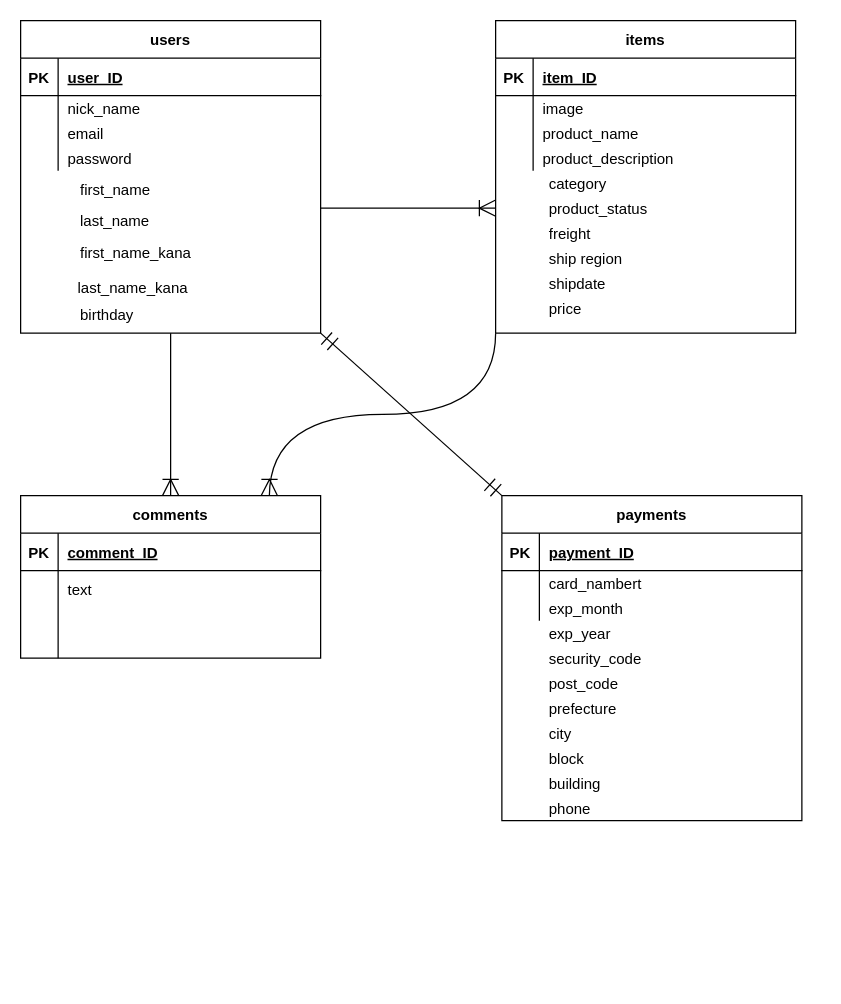
matsu006007/furima-33508 keeps this draw.io diagram as ER.dio. Above is the earlier version. Source tidied: cells renumbered, new cells numbered last; positions are measured from the earlier drawing's top-left corner, leaving out a move shared by most shapes. Both pictures are drawn from the tidied source at 125%, with x=0, y=0 at pixel (20, 20).
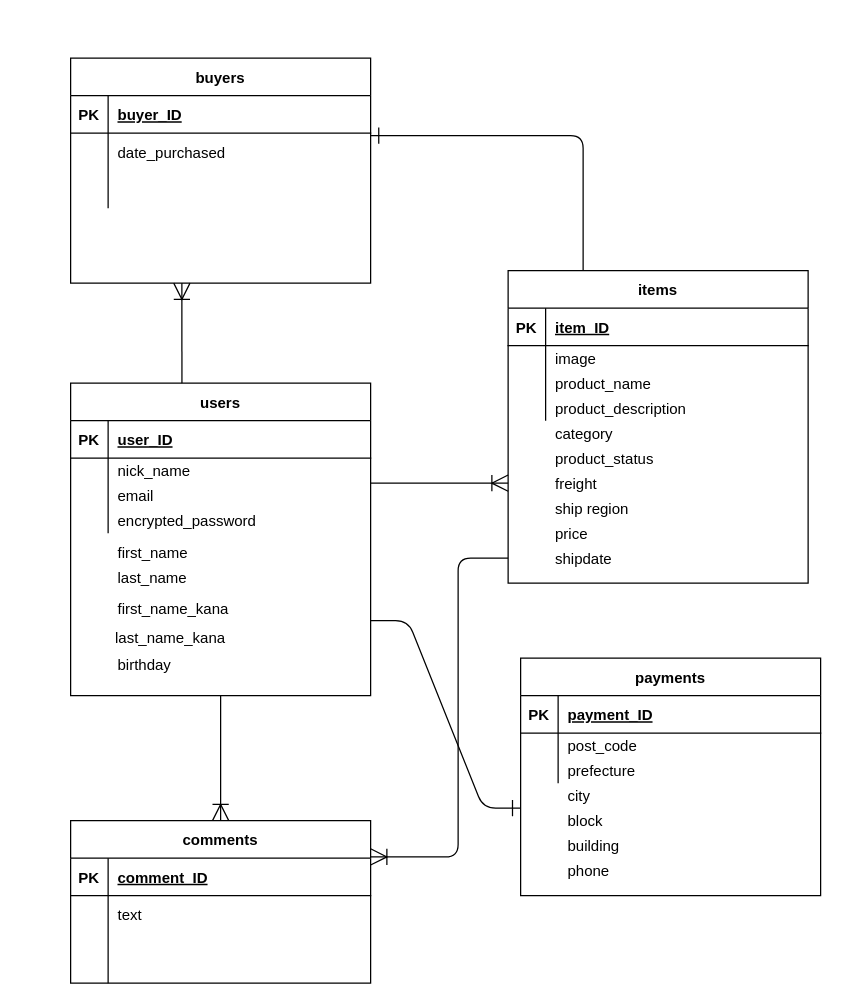
Above is the later version.

Unchanged cells that the change refers to:
```xml
<mxCell id="13" style="shape=partialRectangle;fillColor=none;top=0;left=0;bottom=0;right=0;" parent="3" vertex="1">
  <mxGeometry y="100" width="240" height="20" as="geometry" />
</mxCell>
```

The edit, as a diff of the source:
```diff
@@
     <mxCell id="2" value="last_name_kana" style="text;strokeColor=none;fillColor=none;spacingLeft=4;spacingRight=4;overflow=hidden;fontSize=12;" parent="1" vertex="1">
-      <mxGeometry x="40" y="200" width="160" height="30" as="geometry" />
+      <mxGeometry x="70" y="480" width="130" height="30" as="geometry" />
     </mxCell>
     <mxCell id="3" value="users" style="shape=table;startSize=30;childLayout=tableLayout;rowLines=0;fontStyle=1;align=center;" parent="1" vertex="1">
-      <mxGeometry width="240" height="250" as="geometry" />
+      <mxGeometry x="40" y="290" width="240" height="250" as="geometry" />
     </mxCell>
@@
-    <mxCell id="15" value="password" style="shape=partialRectangle;fillColor=none;top=0;left=0;bottom=0;right=0;align=left;spacingLeft=6;overflow=hidden;" parent="13" vertex="1">
+    <mxCell id="15" value="encrypted_password" style="shape=partialRectangle;fillColor=none;top=0;left=0;bottom=0;right=0;align=left;spacingLeft=6;overflow=hidden;" parent="13" vertex="1">
       <mxGeometry x="30" width="210" height="20" as="geometry" />
     </mxCell>
     <mxCell id="16" value="first_name" style="shape=partialRectangle;fillColor=none;top=0;left=0;bottom=0;right=0;align=left;spacingLeft=6;overflow=hidden;" parent="1" vertex="1">
-      <mxGeometry x="40" y="120" width="210" height="30" as="geometry" />
+      <mxGeometry x="70" y="410" width="210" height="30" as="geometry" />
     </mxCell>
     <mxCell id="17" value="last_name" style="shape=partialRectangle;fillColor=none;top=0;left=0;bottom=0;right=0;align=left;spacingLeft=6;overflow=hidden;" parent="1" vertex="1">
-      <mxGeometry x="40" y="120" width="210" height="80" as="geometry" />
+      <mxGeometry x="70" y="430" width="210" height="30" as="geometry" />
     </mxCell>
     <mxCell id="18" value="birthday" style="shape=partialRectangle;fillColor=none;top=0;left=0;bottom=0;right=0;align=left;spacingLeft=6;overflow=hidden;" parent="1" vertex="1">
-      <mxGeometry x="40" y="220" width="210" height="30" as="geometry" />
+      <mxGeometry x="70" y="500" width="210" height="30" as="geometry" />
     </mxCell>
     <mxCell id="19" value="first_name_kana" style="shape=partialRectangle;fillColor=none;top=0;left=0;bottom=0;right=0;align=left;spacingLeft=6;overflow=hidden;" parent="1" vertex="1">
-      <mxGeometry x="40" y="170" width="210" height="30" as="geometry" />
+      <mxGeometry x="70" y="450" width="210" height="40" as="geometry" />
     </mxCell>
     <mxCell id="20" value="items" style="shape=table;startSize=30;childLayout=tableLayout;rowLines=0;fontStyle=1;align=center;" parent="1" vertex="1">
-      <mxGeometry x="380" width="240" height="250" as="geometry" />
+      <mxGeometry x="390" y="200" width="240" height="250" as="geometry" />
     </mxCell>
@@
     <mxCell id="33" value="category" style="shape=partialRectangle;fillColor=none;top=0;left=0;bottom=0;right=0;align=left;spacingLeft=6;overflow=hidden;" parent="1" vertex="1">
-      <mxGeometry x="415" y="120" width="210" height="20" as="geometry" />
+      <mxGeometry x="420" y="320" width="210" height="20" as="geometry" />
     </mxCell>
     <mxCell id="34" value="product_status" style="shape=partialRectangle;fillColor=none;top=0;left=0;bottom=0;right=0;align=left;spacingLeft=6;overflow=hidden;" parent="1" vertex="1">
-      <mxGeometry x="415" y="140" width="210" height="20" as="geometry" />
+      <mxGeometry x="420" y="340" width="210" height="20" as="geometry" />
     </mxCell>
     <mxCell id="35" value="freight" style="shape=partialRectangle;fillColor=none;top=0;left=0;bottom=0;right=0;align=left;spacingLeft=6;overflow=hidden;" parent="1" vertex="1">
-      <mxGeometry x="415" y="160" width="210" height="20" as="geometry" />
+      <mxGeometry x="420" y="360" width="210" height="20" as="geometry" />
     </mxCell>
     <mxCell id="36" value="ship region" style="shape=partialRectangle;fillColor=none;top=0;left=0;bottom=0;right=0;align=left;spacingLeft=6;overflow=hidden;" parent="1" vertex="1">
-      <mxGeometry x="415" y="180" width="210" height="20" as="geometry" />
+      <mxGeometry x="420" y="380" width="210" height="20" as="geometry" />
     </mxCell>
     <mxCell id="37" value="shipdate" style="shape=partialRectangle;fillColor=none;top=0;left=0;bottom=0;right=0;align=left;spacingLeft=6;overflow=hidden;" parent="1" vertex="1">
-      <mxGeometry x="415" y="200" width="210" height="20" as="geometry" />
+      <mxGeometry x="420" y="420" width="210" height="20" as="geometry" />
     </mxCell>
     <mxCell id="38" value="price" style="shape=partialRectangle;fillColor=none;top=0;left=0;bottom=0;right=0;align=left;spacingLeft=6;overflow=hidden;" parent="1" vertex="1">
-      <mxGeometry x="415" y="220" width="210" height="20" as="geometry" />
+      <mxGeometry x="420" y="400" width="210" height="20" as="geometry" />
     </mxCell>
     <mxCell id="39" value="comments" style="shape=table;startSize=30;childLayout=tableLayout;rowLines=0;fontStyle=1;align=center;" parent="1" vertex="1">
-      <mxGeometry y="380" width="240" height="130" as="geometry" />
+      <mxGeometry x="40" y="640" width="240" height="130" as="geometry" />
     </mxCell>
@@
     <mxCell id="52" value="payments" style="shape=table;startSize=30;childLayout=tableLayout;rowLines=0;fontStyle=1;align=center;" parent="1" vertex="1">
-      <mxGeometry x="385" y="380" width="240" height="260" as="geometry" />
+      <mxGeometry x="400" y="510" width="240" height="190" as="geometry" />
     </mxCell>
@@
+    <mxCell id="59" style="shape=partialRectangle;fillColor=none;top=0;left=0;bottom=0;right=0;" parent="52" vertex="1">
+      <mxGeometry y="60" width="240" height="20" as="geometry" />
+    </mxCell>
+    <mxCell id="60" style="shape=partialRectangle;fillColor=none;top=0;left=0;bottom=0;right=0;overflow=hidden;" parent="59" vertex="1">
+      <mxGeometry width="30" height="20" as="geometry" />
+    </mxCell>
+    <mxCell id="61" value="post_code" style="shape=partialRectangle;fillColor=none;top=0;left=0;bottom=0;right=0;align=left;spacingLeft=6;overflow=hidden;" parent="59" vertex="1">
+      <mxGeometry x="30" width="210" height="20" as="geometry" />
+    </mxCell>
     <mxCell id="56" style="shape=partialRectangle;fillColor=none;top=0;left=0;bottom=0;right=0;" parent="52" vertex="1">
-      <mxGeometry y="60" width="240" height="20" as="geometry" />
+      <mxGeometry y="80" width="240" height="20" as="geometry" />
     </mxCell>
@@
-    <mxCell id="58" value="card_nambert" style="shape=partialRectangle;fillColor=none;top=0;left=0;bottom=0;right=0;align=left;spacingLeft=6;overflow=hidden;" parent="56" vertex="1">
+    <mxCell id="58" value="prefecture" style="shape=partialRectangle;fillColor=none;top=0;left=0;bottom=0;right=0;align=left;spacingLeft=6;overflow=hidden;" parent="56" vertex="1">
       <mxGeometry x="30" width="210" height="20" as="geometry" />
     </mxCell>
-    <mxCell id="59" style="shape=partialRectangle;fillColor=none;top=0;left=0;bottom=0;right=0;" parent="52" vertex="1">
-      <mxGeometry y="80" width="240" height="20" as="geometry" />
-    </mxCell>
-    <mxCell id="60" style="shape=partialRectangle;fillColor=none;top=0;left=0;bottom=0;right=0;overflow=hidden;" parent="59" vertex="1">
-      <mxGeometry width="30" height="20" as="geometry" />
-    </mxCell>
-    <mxCell id="61" value="exp_month" style="shape=partialRectangle;fillColor=none;top=0;left=0;bottom=0;right=0;align=left;spacingLeft=6;overflow=hidden;" parent="59" vertex="1">
-      <mxGeometry x="30" width="210" height="20" as="geometry" />
-    </mxCell>
-    <mxCell id="62" value="security_code" style="shape=partialRectangle;fillColor=none;top=0;left=0;bottom=0;right=0;align=left;spacingLeft=6;overflow=hidden;" parent="1" vertex="1">
-      <mxGeometry x="415" y="500" width="210" height="20" as="geometry" />
-    </mxCell>
-    <mxCell id="63" value="post_code" style="shape=partialRectangle;fillColor=none;top=0;left=0;bottom=0;right=0;align=left;spacingLeft=6;overflow=hidden;" parent="1" vertex="1">
-      <mxGeometry x="415" y="520" width="210" height="20" as="geometry" />
-    </mxCell>
-    <mxCell id="64" value="prefecture" style="shape=partialRectangle;fillColor=none;top=0;left=0;bottom=0;right=0;align=left;spacingLeft=6;overflow=hidden;" parent="1" vertex="1">
-      <mxGeometry x="415" y="540" width="210" height="20" as="geometry" />
-    </mxCell>
     <mxCell id="65" value="city" style="shape=partialRectangle;fillColor=none;top=0;left=0;bottom=0;right=0;align=left;spacingLeft=6;overflow=hidden;" parent="1" vertex="1">
-      <mxGeometry x="415" y="560" width="210" height="20" as="geometry" />
+      <mxGeometry x="430" y="610" width="210" height="20" as="geometry" />
     </mxCell>
     <mxCell id="66" value="building" style="shape=partialRectangle;fillColor=none;top=0;left=0;bottom=0;right=0;align=left;spacingLeft=6;overflow=hidden;" parent="1" vertex="1">
-      <mxGeometry x="415" y="600" width="210" height="20" as="geometry" />
+      <mxGeometry x="430" y="650" width="210" height="20" as="geometry" />
     </mxCell>
     <mxCell id="67" value="block" style="shape=partialRectangle;fillColor=none;top=0;left=0;bottom=0;right=0;align=left;spacingLeft=6;overflow=hidden;" parent="1" vertex="1">
-      <mxGeometry x="415" y="580" width="210" height="20" as="geometry" />
+      <mxGeometry x="430" y="630" width="210" height="20" as="geometry" />
     </mxCell>
     <mxCell id="68" value="phone" style="shape=partialRectangle;fillColor=none;top=0;left=0;bottom=0;right=0;align=left;spacingLeft=6;overflow=hidden;" parent="1" vertex="1">
-      <mxGeometry x="415" y="620" width="210" height="20" as="geometry" />
+      <mxGeometry x="430" y="670" width="210" height="20" as="geometry" />
     </mxCell>
-    <mxCell id="69" style="fontSize=12;html=1;endArrow=ERmandOne;startArrow=ERmandOne;endSize=11;startSize=11;" parent="1" edge="1">
-      <mxGeometry relative="1" as="geometry">
-        <mxPoint x="240" y="250" as="sourcePoint" />
-        <mxPoint x="385" y="380" as="targetPoint" />
-      </mxGeometry>
-    </mxCell>
-    <mxCell id="70" style="edgeStyle=entityRelationEdgeStyle;fontSize=12;html=1;endArrow=ERoneToMany;endSize=11;startSize=12;" parent="1" edge="1">
-      <mxGeometry relative="1" as="geometry">
-        <mxPoint x="240" y="150" as="sourcePoint" />
-        <mxPoint x="380" y="150" as="targetPoint" />
-      </mxGeometry>
-    </mxCell>
-    <mxCell id="71" style="fontSize=12;html=1;endArrow=ERoneToMany;entryX=0.5;entryY=0;entryDx=0;entryDy=0;endSize=11;startSize=11;" parent="1" edge="1" target="39">
-      <mxGeometry relative="1" as="geometry">
-        <mxPoint x="120" y="250" as="sourcePoint" />
-      </mxGeometry>
-    </mxCell>
-    <mxCell id="72" style="fontSize=12;html=1;endArrow=ERoneToMany;exitX=0;exitY=1;exitDx=0;exitDy=0;endSize=11;startSize=11;edgeStyle=orthogonalEdgeStyle;curved=1;" parent="1" edge="1" source="20">
-      <mxGeometry relative="1" as="geometry">
-        <mxPoint x="199" y="380" as="targetPoint" />
-      </mxGeometry>
-    </mxCell>
-    <mxCell id="73" value="exp_year" style="shape=partialRectangle;fillColor=none;top=0;left=0;bottom=0;right=0;align=left;spacingLeft=6;overflow=hidden;" parent="1" vertex="1">
-      <mxGeometry x="415" y="480" width="210" height="20" as="geometry" />
-    </mxCell>
+    <mxCell id="74" value="buyers" style="shape=table;startSize=30;childLayout=tableLayout;rowLines=0;fontStyle=1;align=center;" parent="1" vertex="1">
+      <mxGeometry x="40" y="30" width="240" height="180" as="geometry" />
+    </mxCell>
+    <mxCell id="75" style="shape=partialRectangle;fillColor=none;top=0;left=0;bottom=1;right=0;" parent="74" vertex="1">
+      <mxGeometry y="30" width="240" height="30" as="geometry" />
+    </mxCell>
+    <mxCell id="76" value="PK" style="shape=partialRectangle;fillColor=none;top=0;left=0;bottom=0;right=0;fontStyle=1;overflow=hidden;" parent="75" vertex="1">
+      <mxGeometry width="30" height="30" as="geometry" />
+    </mxCell>
+    <mxCell id="77" value="buyer_ID" style="shape=partialRectangle;fillColor=none;top=0;left=0;bottom=0;right=0;align=left;spacingLeft=6;fontStyle=5;overflow=hidden;" parent="75" vertex="1">
+      <mxGeometry x="30" width="210" height="30" as="geometry" />
+    </mxCell>
+    <mxCell id="78" style="shape=partialRectangle;fillColor=none;top=0;left=0;bottom=0;right=0;points=[[0,0.5],[1,0.5]];portConstraint=eastwest;" parent="74" vertex="1">
+      <mxGeometry y="60" width="240" height="30" as="geometry" />
+    </mxCell>
+    <mxCell id="79" style="shape=partialRectangle;fillColor=none;top=0;left=0;bottom=0;right=0;overflow=hidden;" parent="78" vertex="1">
+      <mxGeometry width="30" height="30" as="geometry" />
+    </mxCell>
+    <mxCell id="80" value="date_purchased" style="shape=partialRectangle;fillColor=none;top=0;left=0;bottom=0;right=0;align=left;spacingLeft=6;overflow=hidden;" parent="78" vertex="1">
+      <mxGeometry x="30" width="210" height="30" as="geometry" />
+    </mxCell>
+    <mxCell id="81" style="shape=partialRectangle;fillColor=none;top=0;left=0;bottom=0;right=0;" parent="74" vertex="1">
+      <mxGeometry y="90" width="240" height="30" as="geometry" />
+    </mxCell>
+    <mxCell id="82" style="shape=partialRectangle;fillColor=none;top=0;left=0;bottom=0;right=0;overflow=hidden;" parent="81" vertex="1">
+      <mxGeometry width="30" height="30" as="geometry" />
+    </mxCell>
+    <mxCell id="83" style="shape=partialRectangle;fillColor=none;top=0;left=0;bottom=0;right=0;align=left;spacingLeft=6;overflow=hidden;" parent="81" vertex="1">
+      <mxGeometry x="30" width="210" height="30" as="geometry" />
+    </mxCell>
+    <mxCell id="84" style="edgeStyle=entityRelationEdgeStyle;fontSize=12;html=1;endArrow=ERoneToMany;endSize=11;startSize=11;" parent="1" edge="1">
+      <mxGeometry relative="1" as="geometry">
+        <mxPoint x="280" y="370" as="sourcePoint" />
+        <mxPoint x="390" y="370" as="targetPoint" />
+      </mxGeometry>
+    </mxCell>
+    <mxCell id="85" style="fontSize=12;html=1;endArrow=ERoneToMany;exitX=0.5;exitY=1;exitDx=0;exitDy=0;entryX=0.5;entryY=0;entryDx=0;entryDy=0;endSize=11;startSize=11;" parent="1" edge="1" source="3" target="39">
+      <mxGeometry relative="1" as="geometry" />
+    </mxCell>
+    <mxCell id="86" style="edgeStyle=entityRelationEdgeStyle;fontSize=12;html=1;endArrow=ERone;endFill=1;endSize=11;startSize=11;" parent="1" edge="1">
+      <mxGeometry relative="1" as="geometry">
+        <mxPoint x="280" y="480" as="sourcePoint" />
+        <mxPoint x="400" y="630" as="targetPoint" />
+      </mxGeometry>
+    </mxCell>
+    <mxCell id="87" style="fontSize=12;html=1;endArrow=ERoneToMany;endSize=11;startSize=11;edgeStyle=orthogonalEdgeStyle;" parent="1" edge="1">
+      <mxGeometry relative="1" as="geometry">
+        <mxPoint x="390" y="430" as="sourcePoint" />
+        <mxPoint x="280" y="669" as="targetPoint" />
+        <Array as="points">
+          <mxPoint x="350" y="430" />
+          <mxPoint x="350" y="669" />
+        </Array>
+      </mxGeometry>
+    </mxCell>
+    <mxCell id="88" style="fontSize=12;html=1;endArrow=ERoneToMany;exitX=0.371;exitY=0;exitDx=0;exitDy=0;exitPerimeter=0;endSize=11;startSize=11;" parent="1" edge="1" source="3">
+      <mxGeometry relative="1" as="geometry">
+        <mxPoint x="129" y="210" as="targetPoint" />
+      </mxGeometry>
+    </mxCell>
+    <mxCell id="89" style="edgeStyle=orthogonalEdgeStyle;fontSize=12;html=1;endArrow=ERone;endFill=1;exitX=0.25;exitY=0;exitDx=0;exitDy=0;entryX=1;entryY=0.067;entryDx=0;entryDy=0;entryPerimeter=0;endSize=11;startSize=11;" parent="1" edge="1" source="20" target="78">
+      <mxGeometry relative="1" as="geometry" />
+    </mxCell>
```
